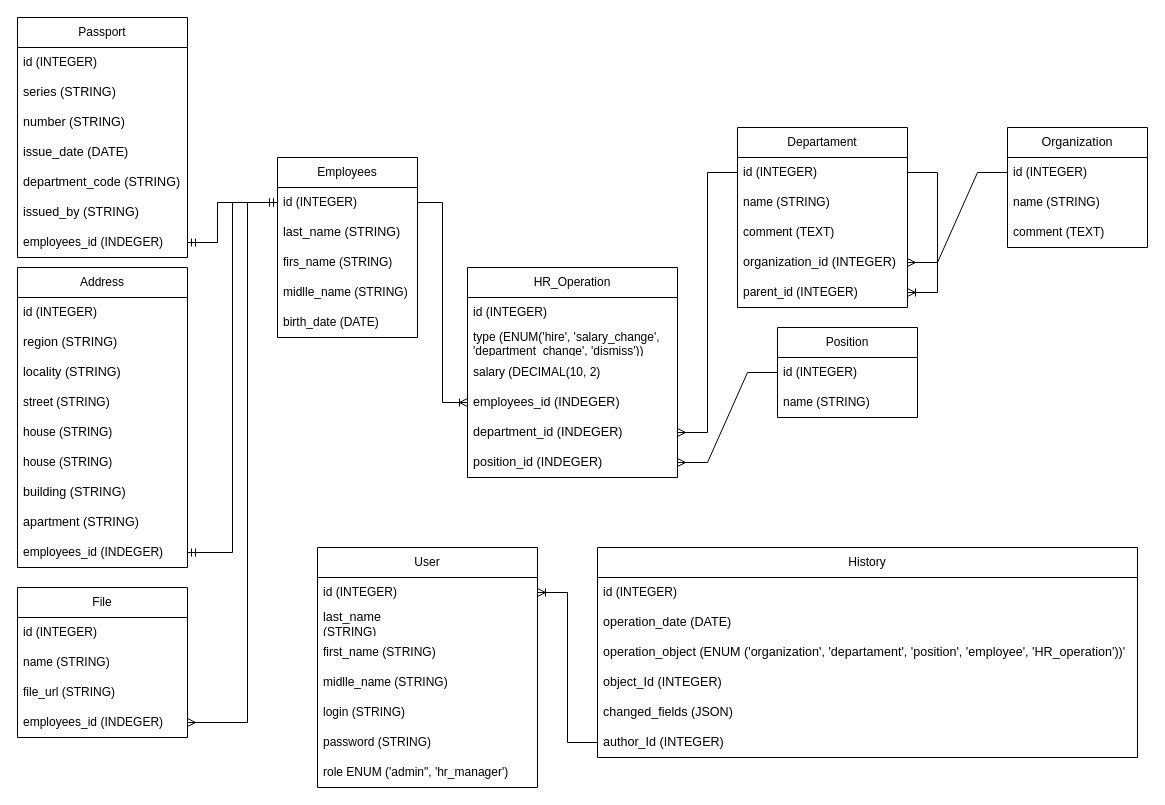
This is docs/Ареал Проект.drawio from Sa1Ko-inv/areal-hr_ext-test, a draw.io file, before an edit. Source tidied: cells renumbered, new cells numbered last; positions are measured from the earlier drawing's top-left corner, leaving out a move shared by most shapes. Both pictures are drawn from the tidied source at 100%, with x=0, y=0 at pixel (17, 17).
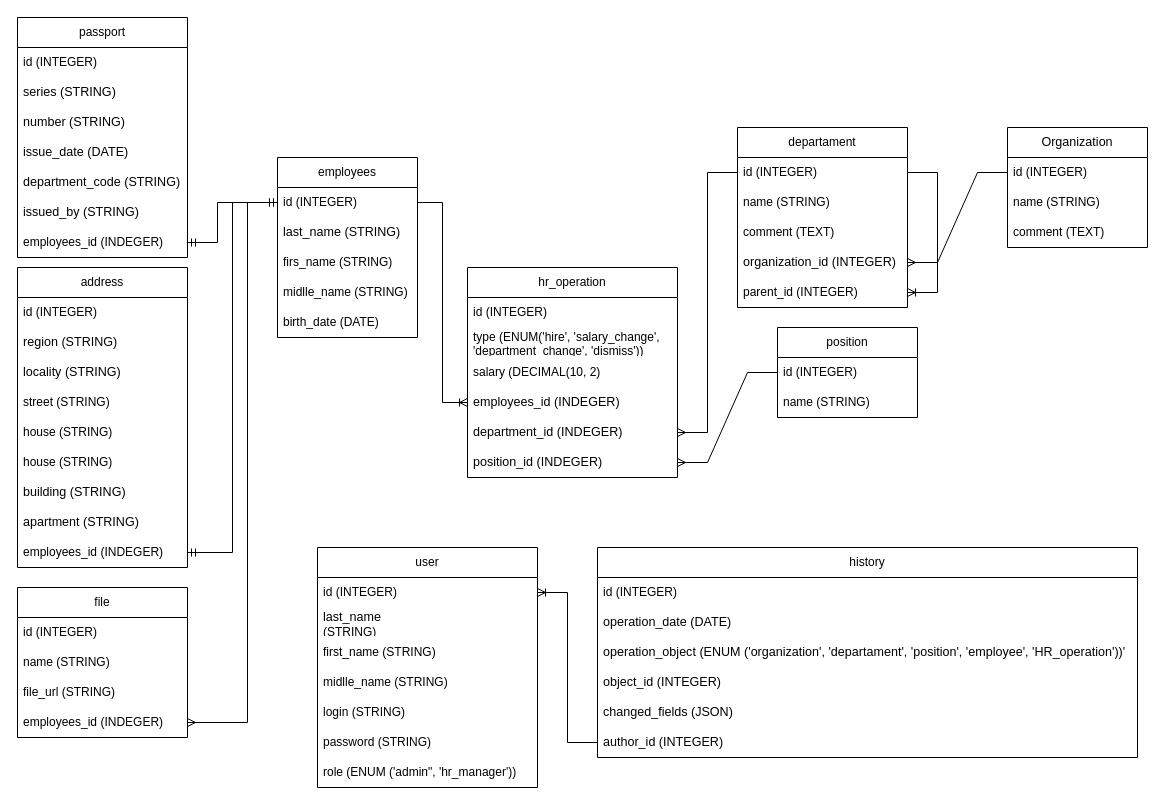
The same page after the edit.

The edit, as a diff of the source:
```diff
@@
-    <mxCell id="2" value="Employees" style="swimlane;fontStyle=0;horizontal=1;startSize=30;whiteSpace=wrap;html=1;" parent="1" vertex="1">
+    <mxCell id="2" value="employees" style="swimlane;fontStyle=0;horizontal=1;startSize=30;whiteSpace=wrap;html=1;" parent="1" vertex="1">
       <mxGeometry x="260" y="140" width="140" height="180" as="geometry" />
     </mxCell>
@@
-    <mxCell id="12" value="Departament" style="swimlane;fontStyle=0;horizontal=1;startSize=30;whiteSpace=wrap;html=1;" parent="1" vertex="1">
+    <mxCell id="12" value="departament" style="swimlane;fontStyle=0;horizontal=1;startSize=30;whiteSpace=wrap;html=1;" parent="1" vertex="1">
       <mxGeometry x="720" y="110" width="170" height="180" as="geometry" />
     </mxCell>
@@
-    <mxCell id="19" value="Passport" style="swimlane;fontStyle=0;horizontal=1;startSize=30;whiteSpace=wrap;html=1;" parent="1" vertex="1">
+    <mxCell id="19" value="passport" style="swimlane;fontStyle=0;horizontal=1;startSize=30;whiteSpace=wrap;html=1;" parent="1" vertex="1">
       <mxGeometry width="170" height="240" as="geometry" />
     </mxCell>
@@
-    <mxCell id="27" value="Address" style="swimlane;fontStyle=0;horizontal=1;startSize=30;whiteSpace=wrap;html=1;" parent="1" vertex="1">
+    <mxCell id="27" value="address" style="swimlane;fontStyle=0;horizontal=1;startSize=30;whiteSpace=wrap;html=1;" parent="1" vertex="1">
       <mxGeometry y="250" width="170" height="300" as="geometry" />
     </mxCell>
@@
-    <mxCell id="40" value="Position" style="swimlane;fontStyle=0;horizontal=1;startSize=30;whiteSpace=wrap;html=1;" parent="1" vertex="1">
+    <mxCell id="40" value="position" style="swimlane;fontStyle=0;horizontal=1;startSize=30;whiteSpace=wrap;html=1;" parent="1" vertex="1">
       <mxGeometry x="760" y="310" width="140" height="90" as="geometry" />
     </mxCell>
@@
-    <mxCell id="43" value="File" style="swimlane;fontStyle=0;horizontal=1;startSize=30;whiteSpace=wrap;html=1;" parent="1" vertex="1">
+    <mxCell id="43" value="file" style="swimlane;fontStyle=0;horizontal=1;startSize=30;whiteSpace=wrap;html=1;" parent="1" vertex="1">
       <mxGeometry y="570" width="170" height="150" as="geometry" />
     </mxCell>
@@
-    <mxCell id="48" value="HR_Operation" style="swimlane;fontStyle=0;horizontal=1;startSize=30;whiteSpace=wrap;html=1;" parent="1" vertex="1">
+    <mxCell id="48" value="hr_operation" style="swimlane;fontStyle=0;horizontal=1;startSize=30;whiteSpace=wrap;html=1;" parent="1" vertex="1">
       <mxGeometry x="450" y="250" width="210" height="210" as="geometry" />
     </mxCell>
@@
-    <mxCell id="55" value="History" style="swimlane;fontStyle=0;horizontal=1;startSize=30;whiteSpace=wrap;html=1;" parent="1" vertex="1">
+    <mxCell id="55" value="history" style="swimlane;fontStyle=0;horizontal=1;startSize=30;whiteSpace=wrap;html=1;" parent="1" vertex="1">
       <mxGeometry x="580" y="530" width="540" height="210" as="geometry" />
     </mxCell>
@@
-    <mxCell id="59" value="&lt;pre style=&quot;font-family: var(--ds-font-family-code); overflow: auto; padding: calc(var(--ds-md-zoom)*8px)calc(var(--ds-md-zoom)*12px); text-wrap-mode: wrap; word-break: break-all; font-size: 12.573px; margin-top: 0px !important; margin-bottom: 0px !important;&quot;&gt;&lt;span style=&quot;&quot; class=&quot;token literal-property property&quot;&gt;&lt;font style=&quot;color: rgb(0, 0, 0);&quot;&gt;object_Id (INTEGER)&lt;/font&gt;&lt;/span&gt;&lt;/pre&gt;" style="text;strokeColor=none;fillColor=none;align=left;verticalAlign=middle;spacingLeft=4;spacingRight=4;overflow=hidden;whiteSpace=wrap;html=1;" parent="55" vertex="1">
+    <mxCell id="59" value="&lt;pre style=&quot;font-family: var(--ds-font-family-code); overflow: auto; padding: calc(var(--ds-md-zoom)*8px)calc(var(--ds-md-zoom)*12px); text-wrap-mode: wrap; word-break: break-all; font-size: 12.573px; margin-top: 0px !important; margin-bottom: 0px !important;&quot;&gt;&lt;span style=&quot;&quot; class=&quot;token literal-property property&quot;&gt;&lt;font style=&quot;color: rgb(0, 0, 0);&quot;&gt;object_id (INTEGER)&lt;/font&gt;&lt;/span&gt;&lt;/pre&gt;" style="text;strokeColor=none;fillColor=none;align=left;verticalAlign=middle;spacingLeft=4;spacingRight=4;overflow=hidden;whiteSpace=wrap;html=1;" parent="55" vertex="1">
       <mxGeometry y="120" width="540" height="30" as="geometry" />
     </mxCell>
@@
-    <mxCell id="61" value="&lt;pre style=&quot;font-family: var(--ds-font-family-code); overflow: auto; padding: calc(var(--ds-md-zoom)*8px)calc(var(--ds-md-zoom)*12px); text-wrap-mode: wrap; word-break: break-all; font-size: 12.573px; margin-top: 0px !important; margin-bottom: 0px !important;&quot;&gt;&lt;span style=&quot;&quot; class=&quot;token property&quot;&gt;&lt;font style=&quot;color: rgb(0, 0, 0);&quot;&gt;author_Id (INTEGER)&lt;/font&gt;&lt;/span&gt;&lt;/pre&gt;" style="text;strokeColor=none;fillColor=none;align=left;verticalAlign=middle;spacingLeft=4;spacingRight=4;overflow=hidden;points=[[0,0.5],[1,0.5]];portConstraint=eastwest;whiteSpace=wrap;html=1;" parent="55" vertex="1">
+    <mxCell id="61" value="&lt;pre style=&quot;font-family: var(--ds-font-family-code); overflow: auto; padding: calc(var(--ds-md-zoom)*8px)calc(var(--ds-md-zoom)*12px); text-wrap-mode: wrap; word-break: break-all; font-size: 12.573px; margin-top: 0px !important; margin-bottom: 0px !important;&quot;&gt;&lt;span style=&quot;&quot; class=&quot;token property&quot;&gt;&lt;font style=&quot;color: rgb(0, 0, 0);&quot;&gt;author_id (INTEGER)&lt;/font&gt;&lt;/span&gt;&lt;/pre&gt;" style="text;strokeColor=none;fillColor=none;align=left;verticalAlign=middle;spacingLeft=4;spacingRight=4;overflow=hidden;points=[[0,0.5],[1,0.5]];portConstraint=eastwest;whiteSpace=wrap;html=1;" parent="55" vertex="1">
       <mxGeometry y="180" width="540" height="30" as="geometry" />
     </mxCell>
@@
-    <mxCell id="63" value="User" style="swimlane;fontStyle=0;horizontal=1;startSize=30;whiteSpace=wrap;html=1;" parent="1" vertex="1">
+    <mxCell id="63" value="user" style="swimlane;fontStyle=0;horizontal=1;startSize=30;whiteSpace=wrap;html=1;" parent="1" vertex="1">
       <mxGeometry x="300" y="530" width="220" height="240" as="geometry" />
     </mxCell>
@@
-    <mxCell id="70" value="role ENUM ('admin&quot;, 'hr_manager')" style="text;strokeColor=none;fillColor=none;align=left;verticalAlign=middle;spacingLeft=4;spacingRight=4;overflow=hidden;whiteSpace=wrap;html=1;" parent="63" vertex="1">
+    <mxCell id="70" value="role (ENUM ('admin&quot;, 'hr_manager'))" style="text;strokeColor=none;fillColor=none;align=left;verticalAlign=middle;spacingLeft=4;spacingRight=4;overflow=hidden;whiteSpace=wrap;html=1;" parent="63" vertex="1">
       <mxGeometry y="210" width="220" height="30" as="geometry" />
     </mxCell>
```
